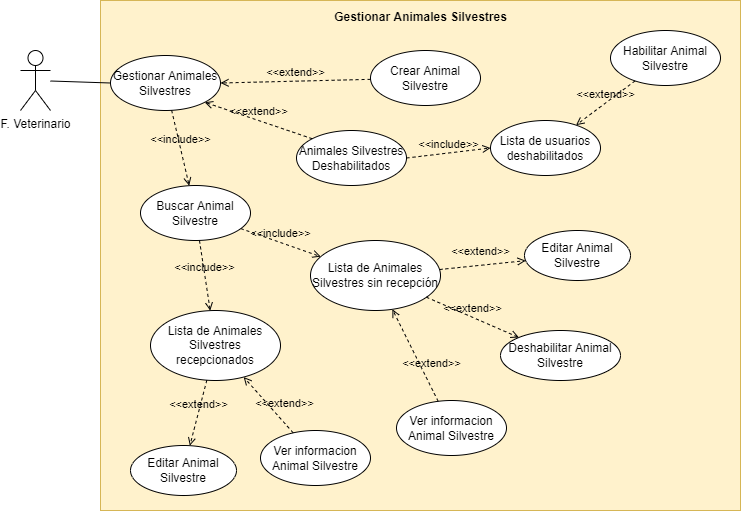
Before: CEA Proyect/Diagramas&Diseños/DiagramaDeCasoDeUso/DCUGestionarAnimalesSilvestres.png, a diagram exported from draw.io (ludwingx/AppCEA). Source tidied: cells renumbered, new cells last; positions are measured from the earlier drawing's top-left corner, leaving out a move shared by most shapes. Its diagram source:
```xml
<mxGraphModel>
  <root>
    <mxCell id="0" />
    <mxCell id="1" parent="0" />
    <mxCell id="2" value="&lt;b&gt;Gestionar Animales Silvestres&lt;br&gt;&lt;/b&gt;" style="html=1;labelPosition=center;verticalLabelPosition=top;align=center;verticalAlign=bottom;spacingBottom=-26;spacingRight=0;fillColor=#fff2cc;strokeColor=#d6b656;" parent="1" vertex="1">
      <mxGeometry x="80" width="640" height="510" as="geometry" />
    </mxCell>
    <mxCell id="3" style="edgeStyle=none;rounded=0;jettySize=auto;html=1;entryX=0;entryY=0.5;entryDx=0;entryDy=0;endArrow=none;endFill=0;" parent="1" edge="1" source="4" target="8">
      <mxGeometry relative="1" as="geometry" />
    </mxCell>
    <mxCell id="4" value="F. Veterinario" style="shape=umlActor;verticalLabelPosition=bottom;verticalAlign=top;html=1;" parent="1" vertex="1">
      <mxGeometry y="50" width="30" height="60" as="geometry" />
    </mxCell>
    <mxCell id="5" value="Crear Animal Silvestre" style="ellipse;whiteSpace=wrap;html=1;" parent="1" vertex="1">
      <mxGeometry x="350" y="50" width="110" height="55" as="geometry" />
    </mxCell>
    <mxCell id="6" value="Ver informacion Animal Silvestre" style="ellipse;whiteSpace=wrap;html=1;" parent="1" vertex="1">
      <mxGeometry x="240" y="430" width="110" height="55" as="geometry" />
    </mxCell>
    <mxCell id="7" value="Buscar Animal Silvestre" style="ellipse;whiteSpace=wrap;html=1;" parent="1" vertex="1">
      <mxGeometry x="120" y="185" width="110" height="55" as="geometry" />
    </mxCell>
    <mxCell id="8" value="Gestionar Animales Silvestres" style="ellipse;whiteSpace=wrap;html=1;" parent="1" vertex="1">
      <mxGeometry x="90" y="55" width="110" height="55" as="geometry" />
    </mxCell>
    <mxCell id="9" value="&amp;lt;&amp;lt;extend&amp;gt;&amp;gt;" style="html=1;verticalAlign=bottom;labelBackgroundColor=none;endArrow=open;endFill=0;dashed=1;rounded=0;entryX=1;entryY=0.5;entryDx=0;entryDy=0;" parent="1" edge="1" source="5" target="8">
      <mxGeometry relative="1" as="geometry" />
    </mxCell>
    <mxCell id="10" value="&amp;lt;&amp;lt;extend&amp;gt;&amp;gt;" style="html=1;verticalAlign=bottom;labelBackgroundColor=none;endArrow=open;endFill=0;dashed=1;rounded=0;" parent="1" edge="1" source="6" target="18">
      <mxGeometry x="-0.43" y="-7" relative="1" as="geometry" />
    </mxCell>
    <mxCell id="11" value="Animales Silvestres Deshabilitados" style="ellipse;whiteSpace=wrap;html=1;" parent="1" vertex="1">
      <mxGeometry x="276" y="130" width="110" height="55" as="geometry" />
    </mxCell>
    <mxCell id="12" value="&amp;lt;&amp;lt;extend&amp;gt;&amp;gt;" style="html=1;verticalAlign=bottom;labelBackgroundColor=none;endArrow=open;endFill=0;dashed=1;rounded=0;entryX=1;entryY=1;entryDx=0;entryDy=0;exitX=0;exitY=0;exitDx=0;exitDy=0;" parent="1" edge="1" source="11" target="8">
      <mxGeometry relative="1" as="geometry" />
    </mxCell>
    <mxCell id="13" value="Habilitar Animal Silvestre" style="ellipse;whiteSpace=wrap;html=1;" parent="1" vertex="1">
      <mxGeometry x="590" y="30" width="110" height="55" as="geometry" />
    </mxCell>
    <mxCell id="14" value="Lista de usuarios deshabilitados" style="ellipse;whiteSpace=wrap;html=1;" parent="1" vertex="1">
      <mxGeometry x="470" y="120" width="110" height="55" as="geometry" />
    </mxCell>
    <mxCell id="15" value="&amp;lt;&amp;lt;include&amp;gt;&amp;gt;" style="html=1;verticalAlign=bottom;labelBackgroundColor=none;endArrow=open;endFill=0;dashed=1;rounded=0;exitX=1;exitY=0.5;exitDx=0;exitDy=0;entryX=0;entryY=0.5;entryDx=0;entryDy=0;" parent="1" edge="1" source="11" target="14">
      <mxGeometry relative="1" as="geometry" />
    </mxCell>
    <mxCell id="16" value="&amp;lt;&amp;lt;extend&amp;gt;&amp;gt;" style="html=1;verticalAlign=bottom;labelBackgroundColor=none;endArrow=open;endFill=0;dashed=1;rounded=0;" parent="1" edge="1" source="13" target="14">
      <mxGeometry relative="1" as="geometry" />
    </mxCell>
    <mxCell id="17" value="Lista de Animales Silvestres sin recepción" style="ellipse;whiteSpace=wrap;html=1;" parent="1" vertex="1">
      <mxGeometry x="290" y="240" width="130" height="70" as="geometry" />
    </mxCell>
    <mxCell id="18" value="Lista de Animales Silvestres recepcionados" style="ellipse;whiteSpace=wrap;html=1;" parent="1" vertex="1">
      <mxGeometry x="130" y="310" width="130" height="70" as="geometry" />
    </mxCell>
    <mxCell id="19" value="&amp;lt;&amp;lt;include&amp;gt;&amp;gt;" style="html=1;verticalAlign=bottom;labelBackgroundColor=none;endArrow=open;endFill=0;dashed=1;rounded=0;" parent="1" edge="1" source="7" target="17">
      <mxGeometry relative="1" as="geometry" />
    </mxCell>
    <mxCell id="20" value="&amp;lt;&amp;lt;include&amp;gt;&amp;gt;" style="html=1;verticalAlign=bottom;labelBackgroundColor=none;endArrow=open;endFill=0;dashed=1;rounded=0;" parent="1" edge="1" source="7" target="18">
      <mxGeometry relative="1" as="geometry" />
    </mxCell>
    <mxCell id="21" value="Editar Animal Silvestre" style="ellipse;whiteSpace=wrap;html=1;" parent="1" vertex="1">
      <mxGeometry x="504" y="230" width="106" height="50" as="geometry" />
    </mxCell>
    <mxCell id="22" value="Editar Animal Silvestre" style="ellipse;whiteSpace=wrap;html=1;" parent="1" vertex="1">
      <mxGeometry x="110" y="445" width="106" height="50" as="geometry" />
    </mxCell>
    <mxCell id="23" value="Deshabilitar Animal Silvestre" style="ellipse;whiteSpace=wrap;html=1;" parent="1" vertex="1">
      <mxGeometry x="480" y="330" width="120" height="50" as="geometry" />
    </mxCell>
    <mxCell id="24" value="&amp;lt;&amp;lt;extend&amp;gt;&amp;gt;" style="html=1;verticalAlign=bottom;labelBackgroundColor=none;endArrow=open;endFill=0;dashed=1;rounded=0;" parent="1" edge="1" source="17" target="21">
      <mxGeometry x="-0.04" y="5" relative="1" as="geometry" />
    </mxCell>
    <mxCell id="25" value="&amp;lt;&amp;lt;extend&amp;gt;&amp;gt;" style="html=1;verticalAlign=bottom;labelBackgroundColor=none;endArrow=open;endFill=0;dashed=1;rounded=0;" parent="1" edge="1" source="18" target="22">
      <mxGeometry relative="1" as="geometry" />
    </mxCell>
    <mxCell id="26" value="&amp;lt;&amp;lt;extend&amp;gt;&amp;gt;" style="html=1;verticalAlign=bottom;labelBackgroundColor=none;endArrow=open;endFill=0;dashed=1;rounded=0;" parent="1" edge="1" source="17" target="23">
      <mxGeometry relative="1" as="geometry" />
    </mxCell>
    <mxCell id="27" value="Ver informacion Animal Silvestre" style="ellipse;whiteSpace=wrap;html=1;" parent="1" vertex="1">
      <mxGeometry x="376" y="400" width="110" height="55" as="geometry" />
    </mxCell>
    <mxCell id="28" value="&amp;lt;&amp;lt;extend&amp;gt;&amp;gt;" style="html=1;verticalAlign=bottom;labelBackgroundColor=none;endArrow=open;endFill=0;dashed=1;rounded=0;" parent="1" edge="1" source="27" target="17">
      <mxGeometry x="-0.43" y="-7" relative="1" as="geometry" />
    </mxCell>
    <mxCell id="29" value="&amp;lt;&amp;lt;include&amp;gt;&amp;gt;" style="html=1;verticalAlign=bottom;labelBackgroundColor=none;endArrow=open;endFill=0;dashed=1;rounded=0;" parent="1" edge="1" source="8" target="7">
      <mxGeometry relative="1" as="geometry" />
    </mxCell>
  </root>
</mxGraphModel>
```
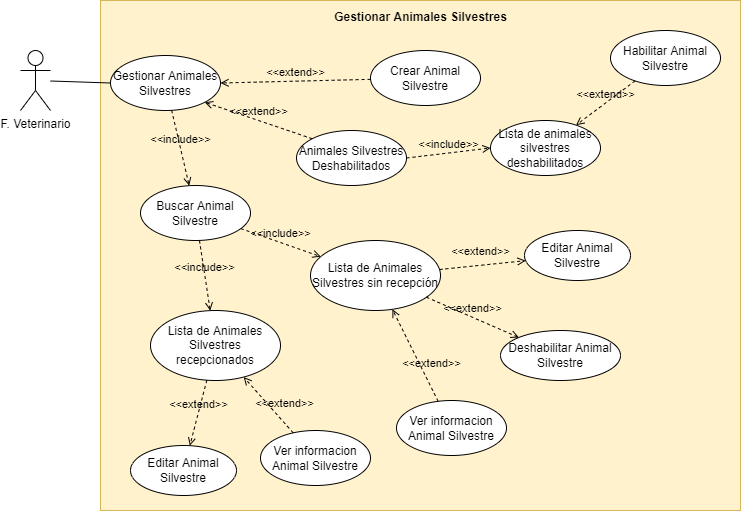
Later version of the same file.

Change to the diagram source:
```diff
@@ -38,7 +38,7 @@
     <mxCell id="13" value="Habilitar Animal Silvestre" style="ellipse;whiteSpace=wrap;html=1;" parent="1" vertex="1">
       <mxGeometry x="590" y="30" width="110" height="55" as="geometry" />
     </mxCell>
-    <mxCell id="14" value="Lista de usuarios deshabilitados" style="ellipse;whiteSpace=wrap;html=1;" parent="1" vertex="1">
+    <mxCell id="14" value="Lista de animales silvestres deshabilitados" style="ellipse;whiteSpace=wrap;html=1;" parent="1" vertex="1">
       <mxGeometry x="470" y="120" width="110" height="55" as="geometry" />
     </mxCell>
     <mxCell id="15" value="&amp;lt;&amp;lt;include&amp;gt;&amp;gt;" style="html=1;verticalAlign=bottom;labelBackgroundColor=none;endArrow=open;endFill=0;dashed=1;rounded=0;exitX=1;exitY=0.5;exitDx=0;exitDy=0;entryX=0;entryY=0.5;entryDx=0;entryDy=0;" parent="1" edge="1" source="11" target="14">
```
